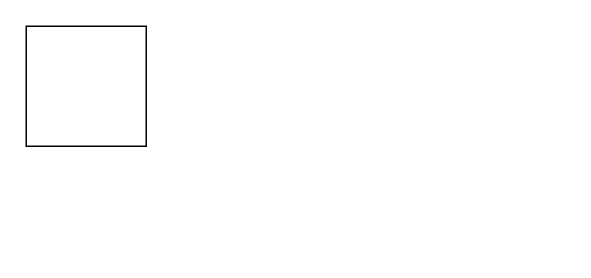
Earlier version of the draw.io diagram Untitled Diagram.drawio (JustinMa972/ImageHosting). Source tidied: cells renumbered, new cells numbered last; positions are measured from the earlier drawing's top-left corner, leaving out a move shared by most shapes. Both pictures are drawn from the tidied source at 150%, with x=0, y=0 at pixel (26, 26).
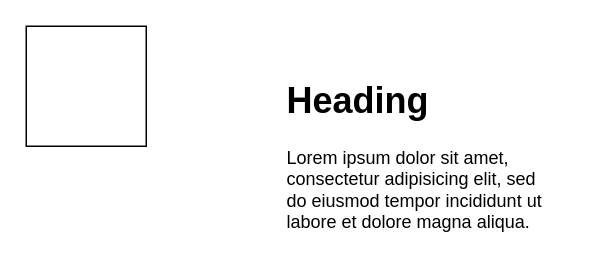
Above is the later version.

What changed in the source:
```diff
@@
 <mxGraphModel>
   <root>
     <mxCell id="0" />
     <mxCell id="1" parent="0" />
     <mxCell id="2" style="whiteSpace=wrap;html=1;" parent="1" vertex="1">
       <mxGeometry width="80" height="80" as="geometry" />
     </mxCell>
+    <mxCell id="3" value="&lt;h1&gt;Heading&lt;/h1&gt;&lt;p&gt;Lorem ipsum dolor sit amet, consectetur adipisicing elit, sed do eiusmod tempor incididunt ut labore et dolore magna aliqua.&lt;/p&gt;" style="text;html=1;strokeColor=none;fillColor=none;spacing=5;spacingTop=-20;whiteSpace=wrap;overflow=hidden;rounded=0;" parent="1" vertex="1">
+      <mxGeometry x="169" y="30" width="190" height="120" as="geometry" />
+    </mxCell>
   </root>
 </mxGraphModel>
```
